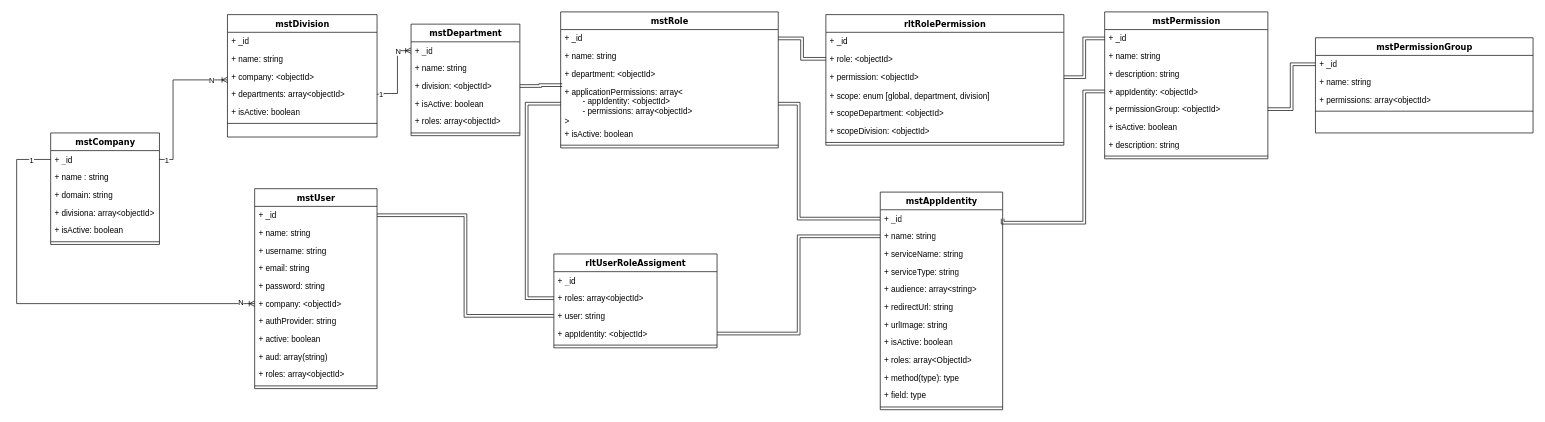
CodebarPhantom/aws-diagram keeps this draw.io diagram as star-sso-api.drawio. Above is the earlier version. Source tidied: cells renumbered, new cells numbered last; positions are measured from the earlier drawing's top-left corner, leaving out a move shared by most shapes. Both pictures are drawn from the tidied source at 68%, with x=0, y=0 at pixel (16, 12).
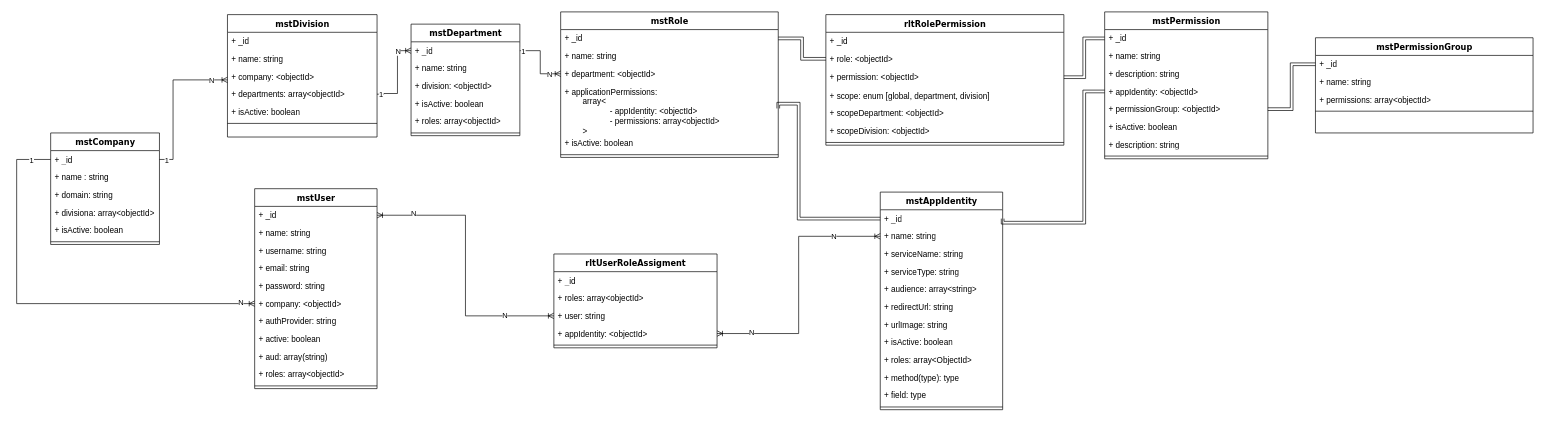
The same page after the edit.

Unchanged cells that the change refers to:
```xml
<mxCell id="10" value="+ _id" style="text;html=1;strokeColor=none;fillColor=none;align=left;verticalAlign=top;spacingLeft=4;spacingRight=4;whiteSpace=wrap;overflow=hidden;points=[[0,0.5],[1,0.5]];portConstraint=eastwest;" parent="9" vertex="1">
  <mxGeometry y="26" width="160" height="26" as="geometry" />
</mxCell>
<mxCell id="12" value="+ division: &amp;lt;objectId&amp;gt;" style="text;html=1;strokeColor=none;fillColor=none;align=left;verticalAlign=top;spacingLeft=4;spacingRight=4;whiteSpace=wrap;overflow=hidden;points=[[0,0.5],[1,0.5]];portConstraint=eastwest;" parent="9" vertex="1">
  <mxGeometry y="78" width="160" height="26" as="geometry" />
</mxCell>
<mxCell id="30" value="+ roles: array&amp;lt;objectId&amp;gt;" style="text;html=1;strokeColor=none;fillColor=none;align=left;verticalAlign=top;spacingLeft=4;spacingRight=4;whiteSpace=wrap;overflow=hidden;points=[[0,0.5],[1,0.5]];portConstraint=eastwest;" parent="28" vertex="1">
  <mxGeometry y="52" width="240" height="26" as="geometry" />
</mxCell>
<mxCell id="31" value="+ user: string" style="text;html=1;strokeColor=none;fillColor=none;align=left;verticalAlign=top;spacingLeft=4;spacingRight=4;whiteSpace=wrap;overflow=hidden;points=[[0,0.5],[1,0.5]];portConstraint=eastwest;" parent="28" vertex="1">
  <mxGeometry y="78" width="240" height="26" as="geometry" />
</mxCell>
<mxCell id="32" value="+ appIdentity: &amp;lt;objectId&amp;gt;" style="text;html=1;strokeColor=none;fillColor=none;align=left;verticalAlign=top;spacingLeft=4;spacingRight=4;whiteSpace=wrap;overflow=hidden;points=[[0,0.5],[1,0.5]];portConstraint=eastwest;" parent="28" vertex="1">
  <mxGeometry y="104" width="240" height="26" as="geometry" />
</mxCell>
<mxCell id="36" value="+ name: string" style="text;html=1;strokeColor=none;fillColor=none;align=left;verticalAlign=top;spacingLeft=4;spacingRight=4;whiteSpace=wrap;overflow=hidden;points=[[0,0.5],[1,0.5]];portConstraint=eastwest;" parent="34" vertex="1">
  <mxGeometry y="52" width="180" height="26" as="geometry" />
</mxCell>
<mxCell id="48" value="+ _id" style="text;html=1;strokeColor=none;fillColor=none;align=left;verticalAlign=top;spacingLeft=4;spacingRight=4;whiteSpace=wrap;overflow=hidden;points=[[0,0.5],[1,0.5]];portConstraint=eastwest;" parent="47" vertex="1">
  <mxGeometry y="26" width="180" height="26" as="geometry" />
</mxCell>
<mxCell id="79" value="+ department: &amp;lt;objectId&amp;gt;" style="text;html=1;strokeColor=none;fillColor=none;align=left;verticalAlign=top;spacingLeft=4;spacingRight=4;whiteSpace=wrap;overflow=hidden;points=[[0,0.5],[1,0.5]];portConstraint=eastwest;" parent="76" vertex="1">
  <mxGeometry y="78" width="320" height="26" as="geometry" />
</mxCell>
```

Diff of the diagram source:
```diff
@@
     <mxCell id="76" value="mstRole" style="swimlane;html=1;fontStyle=1;align=center;verticalAlign=top;horizontal=1;startSize=26;swimlaneFillColor=#ffffff;rounded=0;shadow=0;comic=0;labelBackgroundColor=none;strokeWidth=1;fillColor=none;fontFamily=Verdana;fontSize=12;" parent="1" vertex="1">
-      <mxGeometry x="800" width="320" height="200" as="geometry" />
+      <mxGeometry x="800" width="320" height="214" as="geometry" />
     </mxCell>
@@
-    <mxCell id="80" value="+ applicationPermissions: array&amp;lt;&lt;div&gt;&lt;span style=&quot;background-color: transparent; color: light-dark(rgb(0, 0, 0), rgb(255, 255, 255));&quot;&gt;&lt;span style=&quot;white-space: pre;&quot;&gt;&#9;&lt;/span&gt;- appIdentity: &amp;lt;objectId&amp;gt;&lt;/span&gt;&lt;/div&gt;&lt;div&gt;&lt;span style=&quot;background-color: transparent; color: light-dark(rgb(0, 0, 0), rgb(255, 255, 255));&quot;&gt;&lt;span style=&quot;white-space: pre;&quot;&gt;&#9;&lt;/span&gt;- permissions: array&amp;lt;objectId&amp;gt;&lt;/span&gt;&lt;/div&gt;&lt;div&gt;&lt;span style=&quot;background-color: transparent; color: light-dark(rgb(0, 0, 0), rgb(255, 255, 255));&quot;&gt;&amp;gt;&amp;nbsp;&lt;/span&gt;&lt;/div&gt;" style="text;html=1;strokeColor=none;fillColor=none;align=left;verticalAlign=top;spacingLeft=4;spacingRight=4;whiteSpace=wrap;overflow=hidden;points=[[0,0.5],[1,0.5]];portConstraint=eastwest;" parent="76" vertex="1">
-      <mxGeometry y="104" width="320" height="62" as="geometry" />
+    <mxCell id="80" value="+ applicationPermissions:&amp;nbsp;&lt;div&gt;&lt;span style=&quot;white-space: pre;&quot;&gt;&#9;&lt;/span&gt;array&amp;lt;&lt;/div&gt;&lt;blockquote style=&quot;margin: 0 0 0 40px; border: none; padding: 0px;&quot;&gt;&lt;div&gt;&lt;div&gt;&lt;span style=&quot;background-color: transparent; color: light-dark(rgb(0, 0, 0), rgb(255, 255, 255));&quot;&gt;&lt;span style=&quot;white-space: pre;&quot;&gt;&#9;&lt;/span&gt;- appIdentity: &amp;lt;objectId&amp;gt;&lt;/span&gt;&lt;/div&gt;&lt;/div&gt;&lt;div&gt;&lt;div&gt;&lt;span style=&quot;background-color: transparent; color: light-dark(rgb(0, 0, 0), rgb(255, 255, 255));&quot;&gt;&lt;span style=&quot;white-space: pre;&quot;&gt;&#9;&lt;/span&gt;- permissions: array&amp;lt;objectId&amp;gt;&lt;/span&gt;&lt;/div&gt;&lt;/div&gt;&lt;/blockquote&gt;&lt;div&gt;&lt;div&gt;&lt;span style=&quot;background-color: transparent; color: light-dark(rgb(0, 0, 0), rgb(255, 255, 255));&quot;&gt;&lt;span style=&quot;white-space: pre;&quot;&gt;&#9;&lt;/span&gt;&amp;gt;&amp;nbsp;&lt;/span&gt;&lt;/div&gt;&lt;/div&gt;" style="text;html=1;strokeColor=none;fillColor=none;align=left;verticalAlign=top;spacingLeft=4;spacingRight=4;whiteSpace=wrap;overflow=hidden;points=[[0,0.5],[1,0.5]];portConstraint=eastwest;" parent="76" vertex="1">
+      <mxGeometry y="104" width="320" height="76" as="geometry" />
     </mxCell>
     <mxCell id="81" value="+ isActive: boolean" style="text;html=1;strokeColor=none;fillColor=none;align=left;verticalAlign=top;spacingLeft=4;spacingRight=4;whiteSpace=wrap;overflow=hidden;" parent="76" vertex="1">
-      <mxGeometry y="166" width="320" height="26" as="geometry" />
+      <mxGeometry y="180" width="320" height="26" as="geometry" />
     </mxCell>
     <mxCell id="82" style="line;html=1;strokeWidth=1;fillColor=none;align=left;verticalAlign=middle;spacingTop=-1;spacingLeft=3;spacingRight=3;labelPosition=right;" parent="76" vertex="1">
-      <mxGeometry y="192" width="320" height="8" as="geometry" />
+      <mxGeometry y="206" width="320" height="8" as="geometry" />
     </mxCell>
-    <mxCell id="83" style="edgeStyle=orthogonalEdgeStyle;rounded=0;jettySize=auto;html=1;exitX=1;exitY=0.5;exitDx=0;exitDy=0;entryX=0.007;entryY=0.06;entryDx=0;entryDy=0;entryPerimeter=0;shape=link;" parent="1" edge="1" source="12" target="80">
-      <mxGeometry relative="1" as="geometry" />
-    </mxCell>
@@
-    <mxCell id="89" style="edgeStyle=orthogonalEdgeStyle;rounded=0;jettySize=auto;html=1;exitX=1;exitY=0.5;exitDx=0;exitDy=0;entryX=0;entryY=0.5;entryDx=0;entryDy=0;shape=link;" parent="1" edge="1" source="48" target="31">
-      <mxGeometry relative="1" as="geometry" />
-    </mxCell>
-    <mxCell id="90" style="edgeStyle=orthogonalEdgeStyle;rounded=0;jettySize=auto;html=1;exitX=1;exitY=0.5;exitDx=0;exitDy=0;shape=link;" parent="1" edge="1" source="32">
-      <mxGeometry relative="1" as="geometry">
-        <mxPoint x="1270" y="330" as="targetPoint" />
-        <Array as="points">
-          <mxPoint x="1150" y="473" />
-          <mxPoint x="1150" y="330" />
-          <mxPoint x="1270" y="330" />
-        </Array>
-      </mxGeometry>
-    </mxCell>
-    <mxCell id="91" style="edgeStyle=orthogonalEdgeStyle;rounded=0;jettySize=auto;html=1;exitX=0;exitY=0.5;exitDx=0;exitDy=0;entryX=0;entryY=0.5;entryDx=0;entryDy=0;shape=link;" parent="1" edge="1" source="80" target="30">
-      <mxGeometry relative="1" as="geometry">
-        <Array as="points">
-          <mxPoint x="750" y="135" />
-          <mxPoint x="750" y="421" />
-        </Array>
-      </mxGeometry>
-    </mxCell>
@@
+    <mxCell id="89" style="edgeStyle=orthogonalEdgeStyle;fontSize=12;html=1;endArrow=ERoneToMany;startArrow=ERoneToMany;rounded=0;entryX=0;entryY=0.5;entryDx=0;entryDy=0;exitX=1;exitY=0.5;exitDx=0;exitDy=0;" parent="1" edge="1" source="48" target="31">
+      <mxGeometry relative="1" as="geometry" />
+    </mxCell>
+    <mxCell id="101" value="N" style="edgeLabel;html=1;align=center;verticalAlign=middle;" parent="89" vertex="1">
+      <mxGeometry x="-0.74" y="3" relative="1" as="geometry" />
+    </mxCell>
+    <mxCell id="102" value="N" style="edgeLabel;html=1;align=center;verticalAlign=middle;" parent="89" vertex="1">
+      <mxGeometry x="0.64" y="1" relative="1" as="geometry" />
+    </mxCell>
+    <mxCell id="103" style="edgeStyle=orthogonalEdgeStyle;fontSize=12;html=1;endArrow=ERoneToMany;startArrow=ERoneToMany;rounded=0;exitX=1;exitY=0.5;exitDx=0;exitDy=0;" parent="1" edge="1" source="32" target="36">
+      <mxGeometry relative="1" as="geometry" />
+    </mxCell>
+    <mxCell id="104" value="N" style="edgeLabel;html=1;align=center;verticalAlign=middle;" parent="103" vertex="1">
+      <mxGeometry x="-0.74" y="3" relative="1" as="geometry" />
+    </mxCell>
+    <mxCell id="105" value="N" style="edgeLabel;html=1;align=center;verticalAlign=middle;" parent="103" vertex="1">
+      <mxGeometry x="0.64" y="1" relative="1" as="geometry" />
+    </mxCell>
+    <mxCell id="106" style="edgeStyle=orthogonalEdgeStyle;fontSize=12;html=1;endArrow=ERoneToMany;rounded=0;exitX=1;exitY=0.5;exitDx=0;exitDy=0;entryX=0;entryY=0.5;entryDx=0;entryDy=0;" parent="1" edge="1" source="10" target="79">
+      <mxGeometry relative="1" as="geometry">
+        <Array as="points">
+          <mxPoint x="770" y="57" />
+          <mxPoint x="770" y="91" />
+        </Array>
+      </mxGeometry>
+    </mxCell>
+    <mxCell id="107" value="1" style="edgeLabel;html=1;align=center;verticalAlign=middle;" parent="106" vertex="1">
+      <mxGeometry x="-0.91" relative="1" as="geometry" />
+    </mxCell>
+    <mxCell id="108" value="N" style="edgeLabel;html=1;align=center;verticalAlign=middle;" parent="106" vertex="1">
+      <mxGeometry x="0.78" relative="1" as="geometry">
+        <mxPoint x="-7" as="offset" />
+      </mxGeometry>
+    </mxCell>
```
